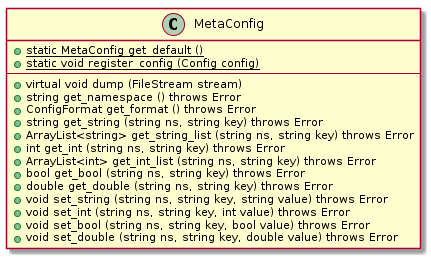
Earlier version of the PlantUML export report/figures/design/class/core/meta-config.png (geoffjay/comp8506-docs). The source it was exported from:
```plantuml
@startuml
class MetaConfig {
    +{static} static MetaConfig get_default ()
    +{static} static void register_config (Config config)
    ----
    +virtual void dump (FileStream stream)
    +string get_namespace () throws Error
    +ConfigFormat get_format () throws Error
    +string get_string (string ns, string key) throws Error
    +ArrayList<string> get_string_list (string ns, string key) throws Error
    +int get_int (string ns, string key) throws Error
    +ArrayList<int> get_int_list (string ns, string key) throws Error
    +bool get_bool (string ns, string key) throws Error
    +double get_double (string ns, string key) throws Error
    +void set_string (string ns, string key, string value) throws Error
    +void set_int (string ns, string key, int value) throws Error
    +void set_bool (string ns, string key, bool value) throws Error
    +void set_double (string ns, string key, double value) throws Error
}
@enduml
```
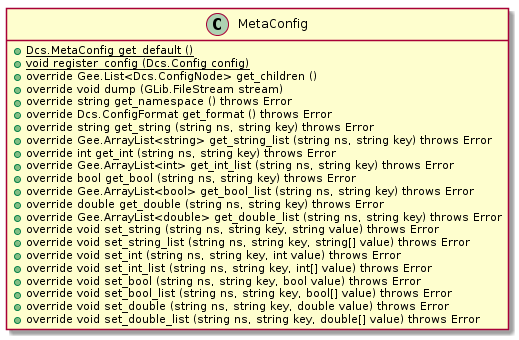
The same file after the commit.

Diff of the diagram source:
```diff
@@ -1,20 +1,27 @@
 @startuml
+hide class fields
 class MetaConfig {
-    +{static} static MetaConfig get_default ()
-    +{static} static void register_config (Config config)
-    ----
-    +virtual void dump (FileStream stream)
-    +string get_namespace () throws Error
-    +ConfigFormat get_format () throws Error
-    +string get_string (string ns, string key) throws Error
-    +ArrayList<string> get_string_list (string ns, string key) throws Error
-    +int get_int (string ns, string key) throws Error
-    +ArrayList<int> get_int_list (string ns, string key) throws Error
-    +bool get_bool (string ns, string key) throws Error
-    +double get_double (string ns, string key) throws Error
-    +void set_string (string ns, string key, string value) throws Error
-    +void set_int (string ns, string key, int value) throws Error
-    +void set_bool (string ns, string key, bool value) throws Error
-    +void set_double (string ns, string key, double value) throws Error
+    +{static} Dcs.MetaConfig get_default ()
+    +{static} void register_config (Dcs.Config config)
+    +override Gee.List<Dcs.ConfigNode> get_children ()
+    +override void dump (GLib.FileStream stream)
+    +override string get_namespace () throws Error
+    +override Dcs.ConfigFormat get_format () throws Error
+    +override string get_string (string ns, string key) throws Error
+    +override Gee.ArrayList<string> get_string_list (string ns, string key) throws Error
+    +override int get_int (string ns, string key) throws Error
+    +override Gee.ArrayList<int> get_int_list (string ns, string key) throws Error
+    +override bool get_bool (string ns, string key) throws Error
+    +override Gee.ArrayList<bool> get_bool_list (string ns, string key) throws Error
+    +override double get_double (string ns, string key) throws Error
+    +override Gee.ArrayList<double> get_double_list (string ns, string key) throws Error
+    +override void set_string (string ns, string key, string value) throws Error
+    +override void set_string_list (string ns, string key, string[] value) throws Error
+    +override void set_int (string ns, string key, int value) throws Error
+    +override void set_int_list (string ns, string key, int[] value) throws Error
+    +override void set_bool (string ns, string key, bool value) throws Error
+    +override void set_bool_list (string ns, string key, bool[] value) throws Error
+    +override void set_double (string ns, string key, double value) throws Error
+    +override void set_double_list (string ns, string key, double[] value) throws Error
 }
 @enduml
```
